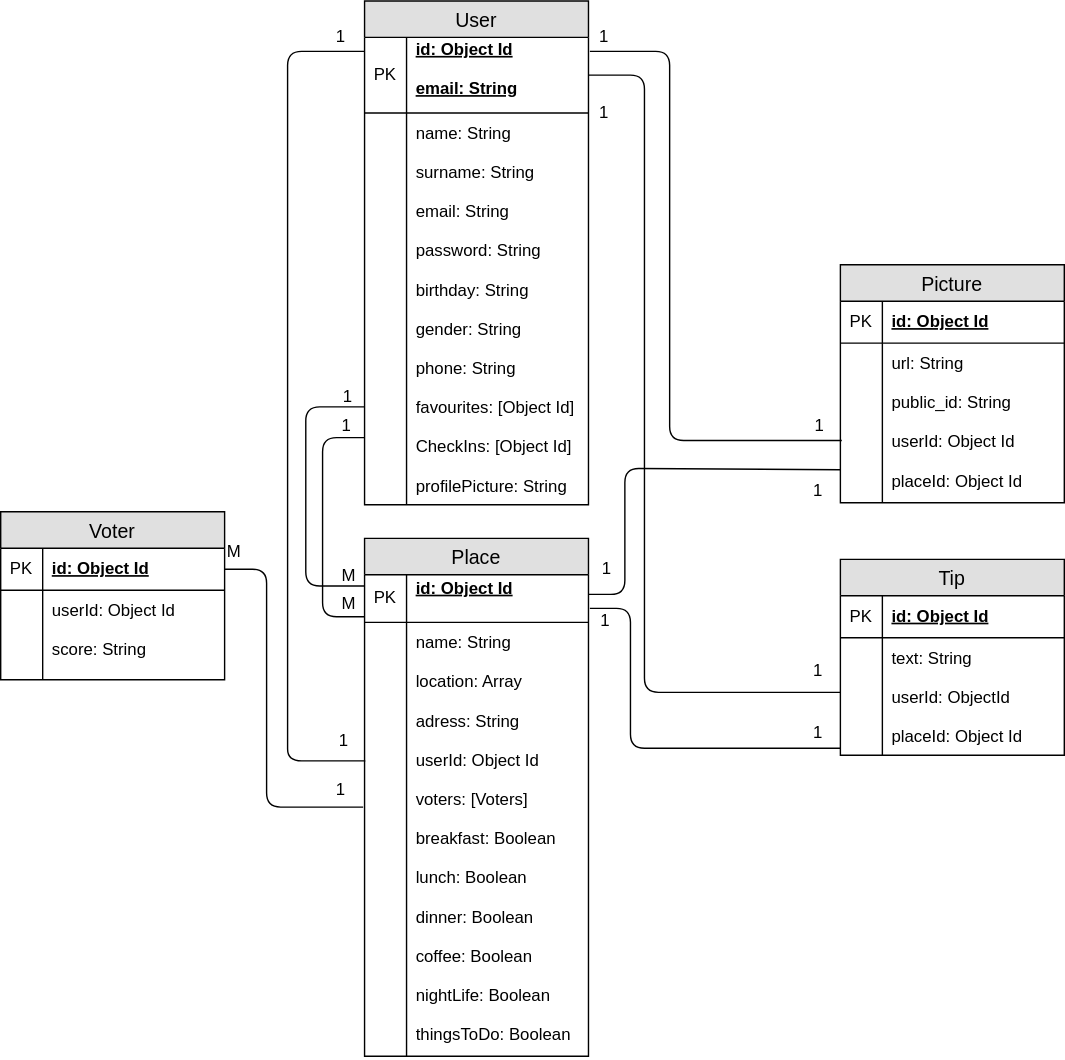
This is skysquare-docs/images/data-model-diagram.svg from anasanjuan/skysquare, a draw.io export, as it was before one commit. Source tidied: cells renumbered, new cells last; positions are measured from the earlier drawing's top-left corner, leaving out a move shared by most shapes.
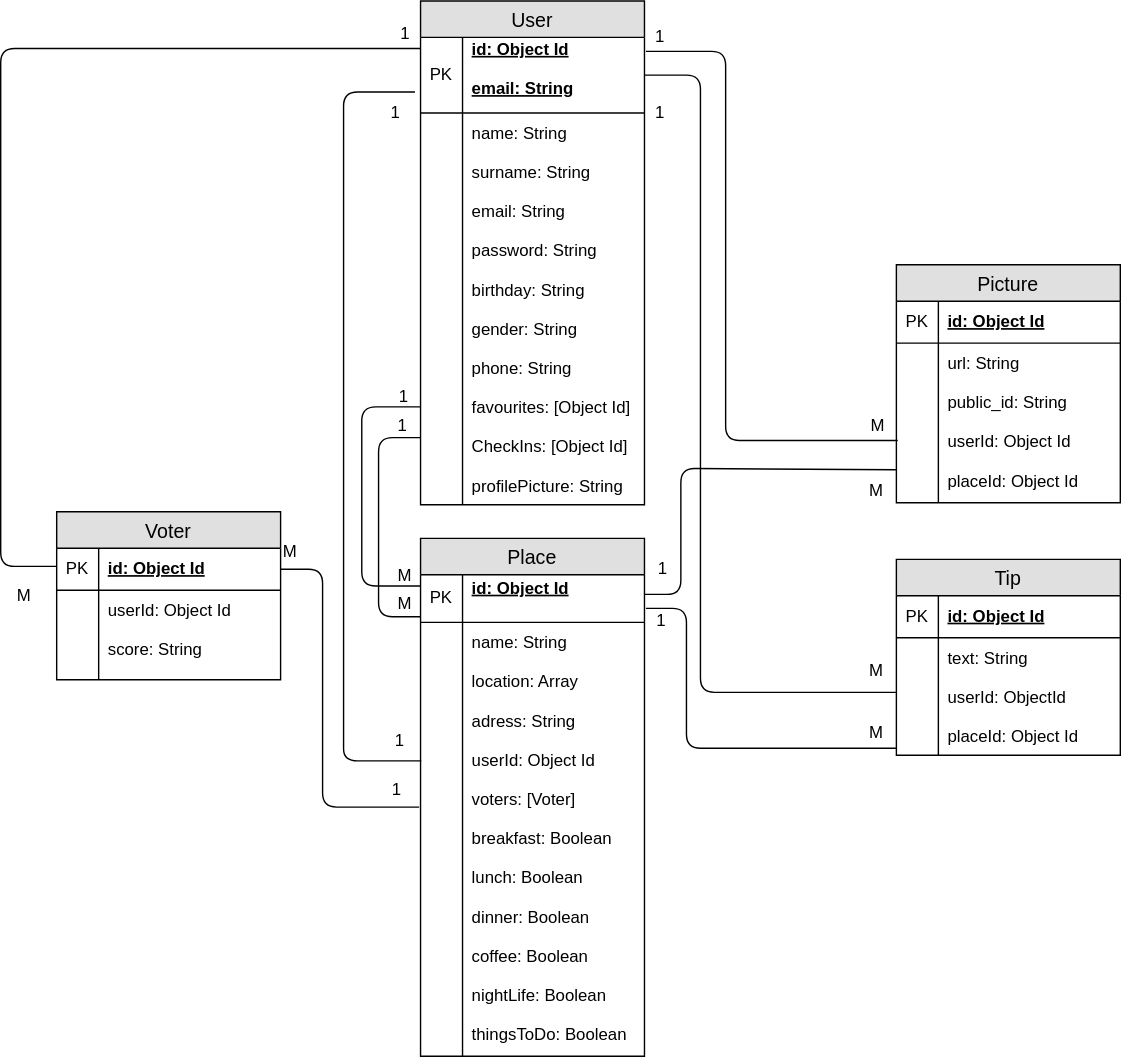
The same file after the commit.

The edit, as a diff of the source:
```diff
@@ -56,7 +56,7 @@
     <mxCell id="19" value="PK" style="shape=partialRectangle;top=0;left=0;bottom=0;fillColor=none;align=left;verticalAlign=middle;spacingLeft=4;spacingRight=4;overflow=hidden;fontSize=12;" parent="18" vertex="1">
       <mxGeometry width="30" height="34" as="geometry" />
     </mxCell>
-    <mxCell id="20" value="name: String&#10;&#10;location: Array&#10;&#10;adress: String&#10;&#10;userId: Object Id&#10;&#10;voters: [Voters]&#10;&#10;breakfast: Boolean&#10;&#10;lunch: Boolean&#10;&#10;dinner: Boolean&#10;&#10;coffee: Boolean&#10;&#10;nightLife: Boolean&#10;&#10;thingsToDo: Boolean&#10;" style="shape=partialRectangle;top=0;left=0;right=0;bottom=0;align=left;verticalAlign=top;fillColor=none;spacingLeft=34;spacingRight=4;overflow=hidden;points=[[0,0.5],[1,0.5]];portConstraint=eastwest;fontSize=12;" parent="17" vertex="1">
+    <mxCell id="20" value="name: String&#10;&#10;location: Array&#10;&#10;adress: String&#10;&#10;userId: Object Id&#10;&#10;voters: [Voter]&#10;&#10;breakfast: Boolean&#10;&#10;lunch: Boolean&#10;&#10;dinner: Boolean&#10;&#10;coffee: Boolean&#10;&#10;nightLife: Boolean&#10;&#10;thingsToDo: Boolean&#10;" style="shape=partialRectangle;top=0;left=0;right=0;bottom=0;align=left;verticalAlign=top;fillColor=none;spacingLeft=34;spacingRight=4;overflow=hidden;points=[[0,0.5],[1,0.5]];portConstraint=eastwest;fontSize=12;" parent="17" vertex="1">
       <mxGeometry y="60" width="160" height="310" as="geometry" />
     </mxCell>
     <mxCell id="21" style="shape=partialRectangle;top=0;left=0;bottom=0;fillColor=none;align=left;verticalAlign=top;spacingLeft=4;spacingRight=4;overflow=hidden;fontSize=12;" parent="20" vertex="1">
@@ -121,8 +121,8 @@
     <mxCell id="34" value="1" style="text;html=1;align=left;verticalAlign=top;spacingTop=-4;" parent="1" vertex="1">
       <mxGeometry x="426" y="16" width="20" height="20" as="geometry" />
     </mxCell>
-    <mxCell id="35" value="1" style="text;html=1;align=left;verticalAlign=top;spacingTop=-4;" parent="1" vertex="1">
-      <mxGeometry x="580" y="294" width="20" height="20" as="geometry" />
+    <mxCell id="35" value="M" style="text;html=1;align=left;verticalAlign=top;spacingTop=-4;" parent="1" vertex="1">
+      <mxGeometry x="580" y="294" width="30" height="20" as="geometry" />
     </mxCell>
     <mxCell id="36" style="endArrow=none;html=1;exitX=1;exitY=0.5;" parent="1" edge="1" source="13">
       <mxGeometry relative="1" as="geometry">
@@ -139,8 +139,8 @@
     <mxCell id="37" value="1" style="text;html=1;align=left;verticalAlign=top;spacingTop=-4;" parent="1" vertex="1">
       <mxGeometry x="426" y="70" width="20" height="20" as="geometry" />
     </mxCell>
-    <mxCell id="38" value="1" style="text;html=1;align=left;verticalAlign=top;spacingTop=-4;" parent="1" vertex="1">
-      <mxGeometry x="579" y="469" width="20" height="20" as="geometry" />
+    <mxCell id="38" value="M" style="text;html=1;align=left;verticalAlign=top;spacingTop=-4;" parent="1" vertex="1">
+      <mxGeometry x="579" y="469" width="30" height="20" as="geometry" />
     </mxCell>
     <mxCell id="39" style="endArrow=none;html=1;exitX=1.006;exitY=0.706;exitPerimeter=0;" parent="1" edge="1" source="18">
       <mxGeometry relative="1" as="geometry">
@@ -151,8 +151,8 @@
         </Array>
       </mxGeometry>
     </mxCell>
-    <mxCell id="40" value="1" style="text;html=1;align=left;verticalAlign=top;spacingTop=-4;" parent="1" vertex="1">
-      <mxGeometry x="579" y="513" width="20" height="20" as="geometry" />
+    <mxCell id="40" value="M" style="text;html=1;align=left;verticalAlign=top;spacingTop=-4;" parent="1" vertex="1">
+      <mxGeometry x="579" y="513" width="30" height="20" as="geometry" />
     </mxCell>
     <mxCell id="41" value="1" style="text;html=1;align=left;verticalAlign=top;spacingTop=-4;" parent="1" vertex="1">
       <mxGeometry x="427" y="433" width="20" height="20" as="geometry" />
@@ -169,15 +169,14 @@
     <mxCell id="43" value="1" style="text;html=1;align=left;verticalAlign=top;spacingTop=-4;" parent="1" vertex="1">
       <mxGeometry x="428" y="396" width="20" height="20" as="geometry" />
     </mxCell>
-    <mxCell id="44" value="1" style="text;html=1;align=left;verticalAlign=top;spacingTop=-4;" parent="1" vertex="1">
-      <mxGeometry x="579" y="340" width="20" height="20" as="geometry" />
+    <mxCell id="44" value="M" style="text;html=1;align=left;verticalAlign=top;spacingTop=-4;" parent="1" vertex="1">
+      <mxGeometry x="579" y="340" width="30" height="20" as="geometry" />
     </mxCell>
-    <mxCell id="45" style="endArrow=none;html=1;" parent="1" edge="1">
+    <mxCell id="45" style="endArrow=none;html=1;exitX=-0.025;exitY=0.722;exitPerimeter=0;" parent="1" edge="1" source="13">
       <mxGeometry relative="1" as="geometry">
-        <mxPoint x="260" y="36" as="sourcePoint" />
         <mxPoint x="216" y="543" as="targetPoint" />
         <Array as="points">
-          <mxPoint x="205" y="36" />
+          <mxPoint x="205" y="65" />
           <mxPoint x="205" y="516" />
           <mxPoint x="205" y="543" />
           <mxPoint x="265" y="543" />
@@ -186,7 +185,7 @@
       </mxGeometry>
     </mxCell>
     <mxCell id="46" value="1" style="text;html=1;align=left;verticalAlign=top;spacingTop=-4;" parent="1" vertex="1">
-      <mxGeometry x="238" y="16" width="20" height="20" as="geometry" />
+      <mxGeometry x="237" y="70" width="20" height="20" as="geometry" />
     </mxCell>
     <mxCell id="47" value="1" style="text;html=1;align=left;verticalAlign=top;spacingTop=-4;" parent="1" vertex="1">
       <mxGeometry x="240" y="519" width="20" height="20" as="geometry" />
@@ -205,5 +204,21 @@
     <mxCell id="50" value="1" style="text;html=1;align=left;verticalAlign=top;spacingTop=-4;" parent="1" vertex="1">
       <mxGeometry x="238" y="554" width="20" height="20" as="geometry" />
     </mxCell>
+    <mxCell id="51" style="endArrow=none;html=1;entryX=0;entryY=0.148;entryPerimeter=0;" parent="1" edge="1" target="13">
+      <mxGeometry relative="1" as="geometry">
+        <mxPoint y="404" as="sourcePoint" />
+        <Array as="points">
+          <mxPoint x="-40" y="404" />
+          <mxPoint x="-40" y="34" />
+          <mxPoint x="100" y="34" />
+        </Array>
+      </mxGeometry>
+    </mxCell>
+    <mxCell id="52" value="1" style="text;html=1;align=left;verticalAlign=top;spacingTop=-4;" parent="1" vertex="1">
+      <mxGeometry x="244" y="14" width="20" height="20" as="geometry" />
+    </mxCell>
+    <mxCell id="53" value="M" style="text;html=1;align=left;verticalAlign=top;spacingTop=-4;" parent="1" vertex="1">
+      <mxGeometry x="-30" y="415" width="30" height="20" as="geometry" />
+    </mxCell>
   </root>
 </mxGraphModel>
```
